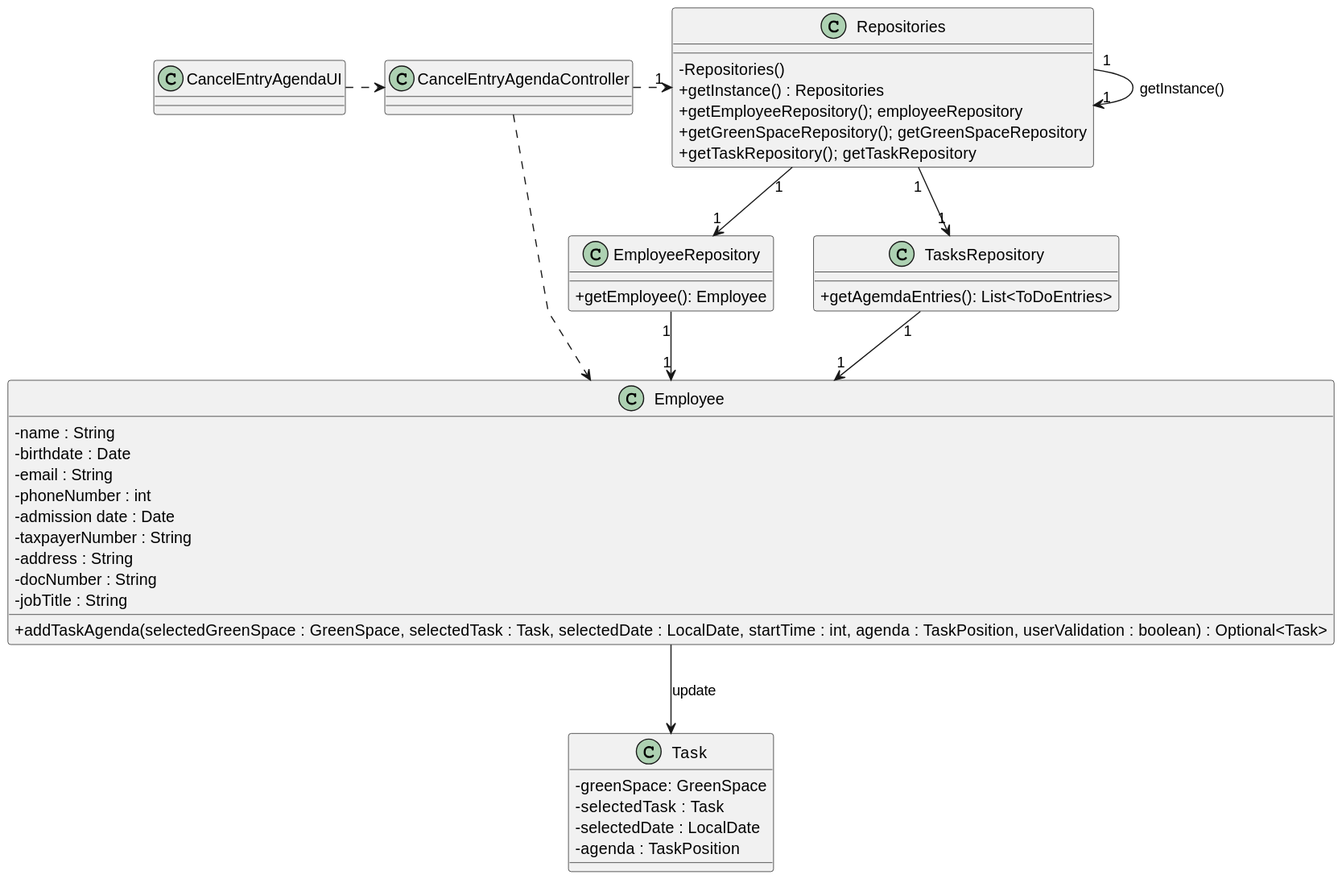
The PlantUML diagram docs/sprintC/US025/03.design/svg/us025-class-diagram.svg in LopemigueISEP/lei-24-s2-1nb-g312, before a commit. Its diagram source:
```plantuml
@startuml
skinparam packageStyle rectangle
skinparam shadowing false
skinparam linetype polyline

skinparam classAttributeIconSize 0

class Employee{
    -name : String
    -birthdate : Date
    -email : String
    -phoneNumber : int
    -admission date : Date
    -taxpayerNumber : String
    -address : String
    -docNumber : String
    -jobTitle : String

+ addTaskAgenda(selectedGreenSpace : GreenSpace, selectedTask : Task, selectedDate : LocalDate, startTime : int, agenda : TaskPosition, userValidation : boolean) : Optional<Task>


}

class Task{
-greenSpace: GreenSpace
-selectedTask : Task
-selectedDate : LocalDate
-agenda : TaskPosition

}


class CancelEntryAgendaController{

}

class CancelEntryAgendaUI{

}

class Repositories {
    - Repositories()
    + getInstance() : Repositories
    + getEmployeeRepository(); employeeRepository
     + getGreenSpaceRepository(); getGreenSpaceRepository
     + getTaskRepository(); getTaskRepository

}
class EmployeeRepository{


+getEmployee(): Employee

}
class TasksRepository{
 +getAgemdaEntries(): List<ToDoEntries>
}

CancelEntryAgendaUI .>CancelEntryAgendaController

CancelEntryAgendaController .> "1" Repositories

Repositories "1" --> "1" Repositories : getInstance()
Repositories "1" --> "1" EmployeeRepository
Repositories "1" --> "1" TasksRepository

CancelEntryAgendaController ..>Employee

EmployeeRepository "1" --> "1" Employee
TasksRepository "1" --> "1" Employee

Employee --> Task: update
@enduml
```
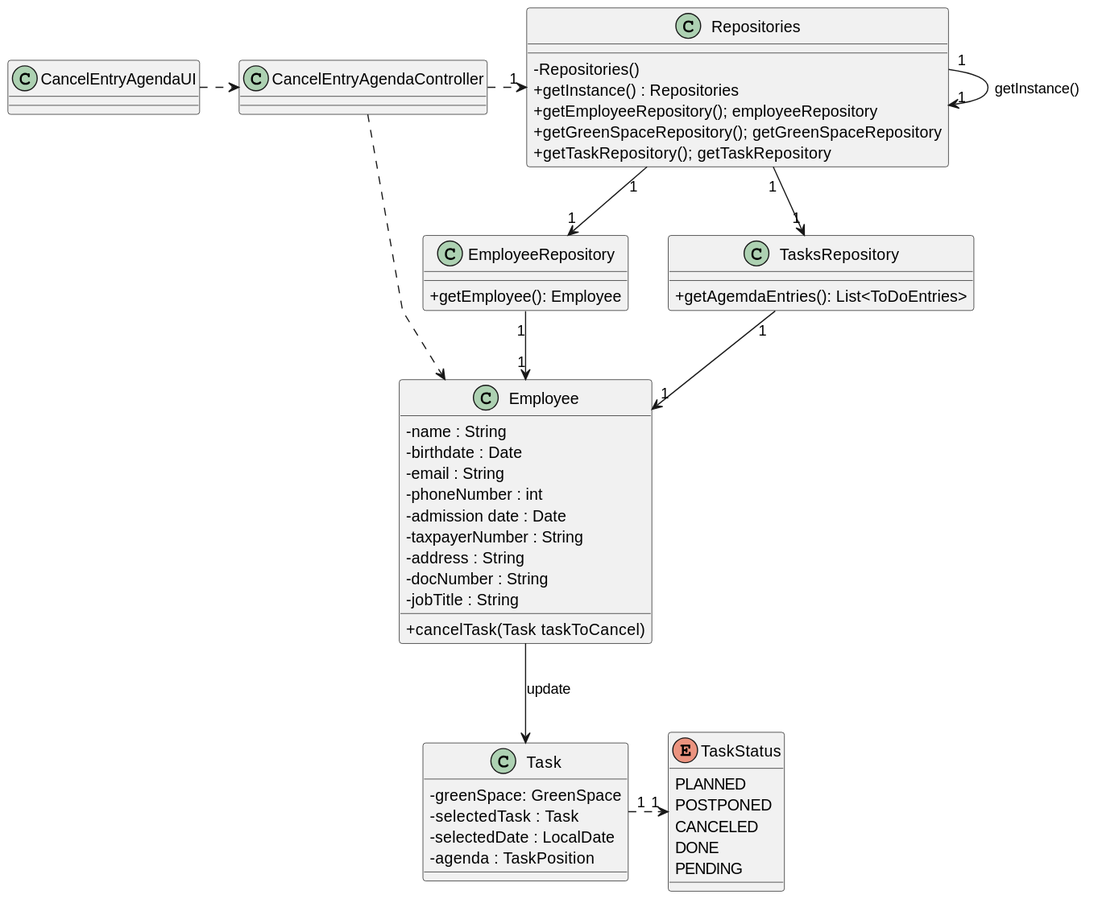
The same file after the commit.

The edit, as a diff of the source:
```diff
@@ -16,7 +16,7 @@
     -docNumber : String
     -jobTitle : String
 
-+ addTaskAgenda(selectedGreenSpace : GreenSpace, selectedTask : Task, selectedDate : LocalDate, startTime : int, agenda : TaskPosition, userValidation : boolean) : Optional<Task>
++ cancelTask(Task taskToCancel)
 
 
 }
@@ -56,6 +56,15 @@
  +getAgemdaEntries(): List<ToDoEntries>
 }
 
+enum TaskStatus {
+    PLANNED
+    POSTPONED
+    CANCELED
+    DONE
+    PENDING
+}
+
+
 CancelEntryAgendaUI .>CancelEntryAgendaController
 
 CancelEntryAgendaController .> "1" Repositories
@@ -70,4 +79,6 @@
 TasksRepository "1" --> "1" Employee
 
 Employee --> Task: update
+
+Task "1" .> "1" TaskStatus
 @enduml
```
